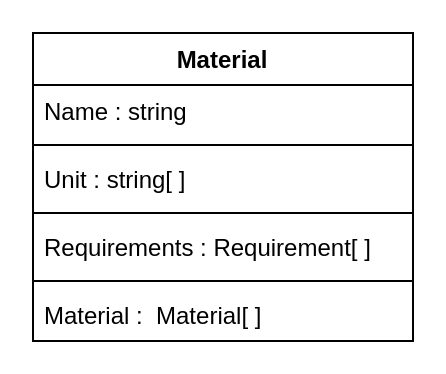
Earlier version of the draw.io diagram Assets/UML_Diagrams/Material.drawio (ProgramacionII-Equipo3/Proyecto). Source tidied: cells renumbered, new cells numbered last; positions are measured from the earlier drawing's top-left corner, leaving out a move shared by most shapes. Both pictures are drawn from the tidied source at 200%, with x=0, y=0 at pixel (32, 32).
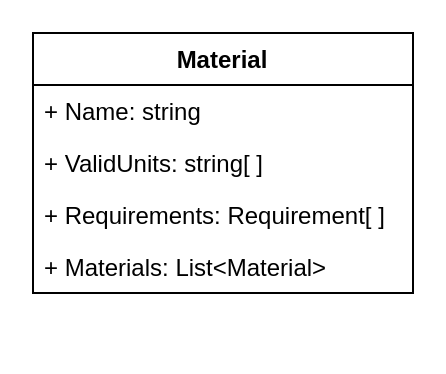
After the change.

The edit, as a diff of the source:
```diff
@@
 <mxGraphModel>
   <root>
     <mxCell id="0" />
     <mxCell id="1" parent="0" />
     <mxCell id="2" value="Material" style="swimlane;fontStyle=1;align=center;verticalAlign=top;horizontal=1;startSize=26;" parent="1" vertex="1">
-      <mxGeometry width="190" height="154" as="geometry" />
+      <mxGeometry width="190" height="130" as="geometry" />
     </mxCell>
-    <mxCell id="3" value="Name : string " style="text;strokeColor=none;fillColor=none;align=left;verticalAlign=top;spacingLeft=4;spacingRight=4;overflow=hidden;" parent="2" vertex="1">
+    <mxCell id="3" value="+ Name: string " style="text;strokeColor=none;fillColor=none;align=left;verticalAlign=top;spacingLeft=4;spacingRight=4;overflow=hidden;" parent="2" vertex="1">
       <mxGeometry y="26" width="190" height="26" as="geometry" />
     </mxCell>
-    <mxCell id="4" style="line;strokeWidth=1;fillColor=none;align=left;verticalAlign=middle;spacingTop=-1;spacingLeft=3;spacingRight=3;labelPosition=right;" parent="2" vertex="1">
-      <mxGeometry y="52" width="190" height="8" as="geometry" />
-    </mxCell>
-    <mxCell id="5" value="Unit : string[ ]" style="text;strokeColor=none;fillColor=none;align=left;verticalAlign=top;spacingLeft=4;spacingRight=4;overflow=hidden;" parent="2" vertex="1">
-      <mxGeometry y="60" width="190" height="26" as="geometry" />
+    <mxCell id="5" value="+ ValidUnits: string[ ]" style="text;strokeColor=none;fillColor=none;align=left;verticalAlign=top;spacingLeft=4;spacingRight=4;overflow=hidden;" parent="2" vertex="1">
+      <mxGeometry y="52" width="190" height="26" as="geometry" />
     </mxCell>
-    <mxCell id="6" style="line;strokeWidth=1;fillColor=none;align=left;verticalAlign=middle;spacingTop=-1;spacingLeft=3;spacingRight=3;labelPosition=right;" parent="2" vertex="1">
-      <mxGeometry y="86" width="190" height="8" as="geometry" />
-    </mxCell>
-    <mxCell id="7" value="Requirements : Requirement[ ]" style="text;strokeColor=none;fillColor=none;align=left;verticalAlign=top;spacingLeft=4;spacingRight=4;overflow=hidden;" parent="2" vertex="1">
-      <mxGeometry y="94" width="190" height="26" as="geometry" />
+    <mxCell id="7" value="+ Requirements: Requirement[ ]" style="text;strokeColor=none;fillColor=none;align=left;verticalAlign=top;spacingLeft=4;spacingRight=4;overflow=hidden;" parent="2" vertex="1">
+      <mxGeometry y="78" width="190" height="26" as="geometry" />
     </mxCell>
-    <mxCell id="8" style="line;strokeWidth=1;fillColor=none;align=left;verticalAlign=middle;spacingTop=-1;spacingLeft=3;spacingRight=3;labelPosition=right;" parent="2" vertex="1">
-      <mxGeometry y="120" width="190" height="8" as="geometry" />
-    </mxCell>
-    <mxCell id="9" value="Material :  Material[ ]" style="text;strokeColor=none;fillColor=none;align=left;verticalAlign=top;spacingLeft=4;spacingRight=4;overflow=hidden;" parent="2" vertex="1">
-      <mxGeometry y="128" width="190" height="26" as="geometry" />
+    <mxCell id="9" value="+ Materials: List&lt;Material&gt;" style="text;strokeColor=none;fillColor=none;align=left;verticalAlign=top;spacingLeft=4;spacingRight=4;overflow=hidden;" parent="2" vertex="1">
+      <mxGeometry y="104" width="190" height="26" as="geometry" />
     </mxCell>
   </root>
 </mxGraphModel>
```
